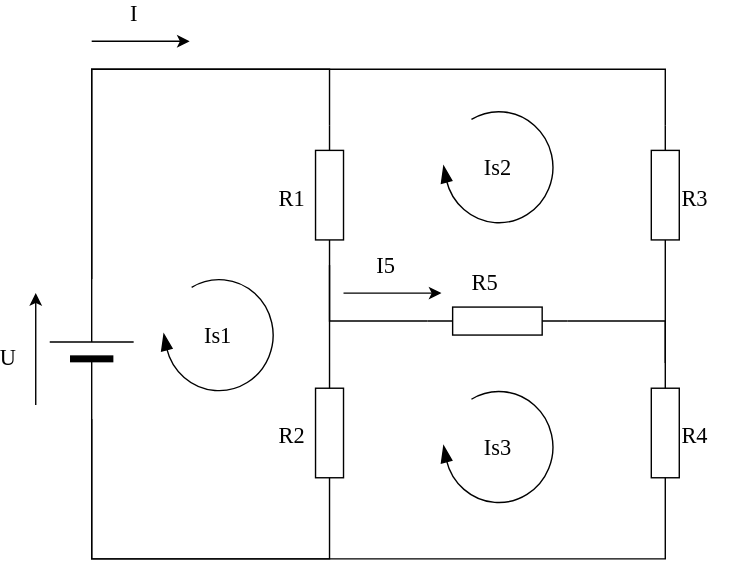
lsss1111/Diagram01 keeps this draw.io diagram as lss/Diagram009.svg. Above is the earlier version. Source tidied: cells renumbered, new cells last; positions are measured from the earlier drawing's top-left corner, leaving out a move shared by most shapes. The source it was exported from:
```xml
<mxGraphModel>
  <root>
    <mxCell id="0" />
    <mxCell id="1" parent="0" />
    <mxCell id="2" style="edgeStyle=orthogonalEdgeStyle;rounded=0;html=1;exitX=1;exitY=0.5;exitPerimeter=0;entryX=1;entryY=0.5;entryPerimeter=0;labelBackgroundColor=none;startArrow=none;startFill=0;startSize=5;endArrow=none;endFill=0;endSize=5;jettySize=auto;strokeWidth=1;fontFamily=Verdana;fontSize=12;" parent="1" edge="1" source="4" target="7">
      <mxGeometry relative="1" as="geometry">
        <Array as="points">
          <mxPoint x="50" y="20" />
          <mxPoint x="220" y="20" />
        </Array>
      </mxGeometry>
    </mxCell>
    <mxCell id="3" style="edgeStyle=orthogonalEdgeStyle;rounded=0;html=1;exitX=1;exitY=0.5;exitPerimeter=0;entryX=1;entryY=0.5;entryPerimeter=0;labelBackgroundColor=none;startArrow=none;startFill=0;startSize=5;endArrow=none;endFill=0;endSize=5;jettySize=auto;strokeWidth=1;fontFamily=Verdana;fontSize=12;" parent="1" edge="1" source="4" target="9">
      <mxGeometry relative="1" as="geometry">
        <Array as="points">
          <mxPoint x="50" y="20" />
          <mxPoint x="460" y="20" />
        </Array>
      </mxGeometry>
    </mxCell>
    <mxCell id="4" style="verticalLabelPosition=bottom;shadow=0;dashed=0;align=center;fillColor=#000000;html=1;verticalAlign=top;strokeWidth=1;shape=mxgraph.electrical.miscellaneous.monocell_battery;rounded=1;comic=0;labelBackgroundColor=none;fontFamily=Verdana;fontSize=12;rotation=-90;" parent="1" vertex="1">
      <mxGeometry y="190" width="100" height="60" as="geometry" />
    </mxCell>
    <mxCell id="5" style="edgeStyle=orthogonalEdgeStyle;rounded=0;html=1;exitX=0;exitY=0.5;exitPerimeter=0;entryX=0;entryY=0.5;entryPerimeter=0;labelBackgroundColor=none;startArrow=none;startFill=0;startSize=5;endArrow=none;endFill=0;endSize=5;jettySize=auto;strokeWidth=1;fontFamily=Verdana;fontSize=12;" parent="1" edge="1" source="7" target="15">
      <mxGeometry relative="1" as="geometry" />
    </mxCell>
    <mxCell id="6" style="edgeStyle=orthogonalEdgeStyle;rounded=0;html=1;exitX=0;exitY=0.5;exitPerimeter=0;entryX=1;entryY=0.5;entryPerimeter=0;labelBackgroundColor=none;startArrow=none;startFill=0;startSize=5;endArrow=none;endFill=0;endSize=5;jettySize=auto;strokeWidth=1;fontFamily=Verdana;fontSize=12;" parent="1" edge="1" source="7" target="11">
      <mxGeometry relative="1" as="geometry" />
    </mxCell>
    <mxCell id="7" style="verticalLabelPosition=bottom;shadow=0;dashed=0;align=center;html=1;verticalAlign=top;strokeWidth=1;shape=mxgraph.electrical.resistors.resistor_1;rounded=1;comic=0;labelBackgroundColor=none;fontFamily=Verdana;fontSize=12;rotation=-90;" parent="1" vertex="1">
      <mxGeometry x="170" y="100" width="100" height="20" as="geometry" />
    </mxCell>
    <mxCell id="8" style="edgeStyle=orthogonalEdgeStyle;rounded=0;html=1;exitX=0;exitY=0.5;exitPerimeter=0;entryX=1;entryY=0.5;entryPerimeter=0;labelBackgroundColor=none;startArrow=none;startFill=0;startSize=5;endArrow=none;endFill=0;endSize=5;jettySize=auto;strokeWidth=1;fontFamily=Verdana;fontSize=12;" parent="1" edge="1" source="9" target="13">
      <mxGeometry relative="1" as="geometry" />
    </mxCell>
    <mxCell id="9" style="verticalLabelPosition=bottom;shadow=0;dashed=0;align=center;html=1;verticalAlign=top;strokeWidth=1;shape=mxgraph.electrical.resistors.resistor_1;rounded=1;comic=0;labelBackgroundColor=none;fontFamily=Verdana;fontSize=12;rotation=-90;" parent="1" vertex="1">
      <mxGeometry x="410" y="100" width="100" height="20" as="geometry" />
    </mxCell>
    <mxCell id="10" style="edgeStyle=orthogonalEdgeStyle;rounded=0;html=1;exitX=0;exitY=0.5;exitPerimeter=0;entryX=0;entryY=0.5;entryPerimeter=0;labelBackgroundColor=none;startArrow=none;startFill=0;startSize=5;endArrow=none;endFill=0;endSize=5;jettySize=auto;strokeWidth=1;fontFamily=Verdana;fontSize=12;" parent="1" edge="1" source="11" target="4">
      <mxGeometry relative="1" as="geometry">
        <Array as="points">
          <mxPoint x="220" y="370" />
          <mxPoint x="50" y="370" />
        </Array>
      </mxGeometry>
    </mxCell>
    <mxCell id="11" style="verticalLabelPosition=bottom;shadow=0;dashed=0;align=center;html=1;verticalAlign=top;strokeWidth=1;shape=mxgraph.electrical.resistors.resistor_1;rounded=1;comic=0;labelBackgroundColor=none;fontFamily=Verdana;fontSize=12;rotation=-90;" parent="1" vertex="1">
      <mxGeometry x="170" y="270" width="100" height="20" as="geometry" />
    </mxCell>
    <mxCell id="12" style="edgeStyle=orthogonalEdgeStyle;rounded=0;html=1;exitX=0;exitY=0.5;exitPerimeter=0;entryX=0;entryY=0.5;entryPerimeter=0;labelBackgroundColor=none;startArrow=none;startFill=0;startSize=5;endArrow=none;endFill=0;endSize=5;jettySize=auto;strokeWidth=1;fontFamily=Verdana;fontSize=12;" parent="1" edge="1" source="13" target="4">
      <mxGeometry relative="1" as="geometry">
        <Array as="points">
          <mxPoint x="460" y="370" />
          <mxPoint x="50" y="370" />
        </Array>
      </mxGeometry>
    </mxCell>
    <mxCell id="13" style="verticalLabelPosition=bottom;shadow=0;dashed=0;align=center;html=1;verticalAlign=top;strokeWidth=1;shape=mxgraph.electrical.resistors.resistor_1;rounded=1;comic=0;labelBackgroundColor=none;fontFamily=Verdana;fontSize=12;rotation=-90;" parent="1" vertex="1">
      <mxGeometry x="410" y="270" width="100" height="20" as="geometry" />
    </mxCell>
    <mxCell id="14" style="edgeStyle=orthogonalEdgeStyle;rounded=0;html=1;exitX=1;exitY=0.5;exitPerimeter=0;labelBackgroundColor=none;startArrow=none;startFill=0;startSize=5;endArrow=none;endFill=0;endSize=5;jettySize=auto;strokeWidth=1;fontFamily=Verdana;fontSize=12;" parent="1" edge="1" source="15">
      <mxGeometry relative="1" as="geometry">
        <mxPoint x="460" y="230" as="targetPoint" />
      </mxGeometry>
    </mxCell>
    <mxCell id="15" style="verticalLabelPosition=bottom;shadow=0;dashed=0;align=center;fillColor=#ffffff;html=1;verticalAlign=top;strokeWidth=1;shape=mxgraph.electrical.resistors.resistor_1;rounded=1;comic=0;labelBackgroundColor=none;fontFamily=Verdana;fontSize=12;fontColor=#000000;rotation=0;" parent="1" vertex="1">
      <mxGeometry x="290" y="190" width="100" height="20" as="geometry" />
    </mxCell>
    <mxCell id="16" value="R1" style="text;html=1;align=left;verticalAlign=top;spacingTop=-4;fontSize=16;fontFamily=Verdana;" parent="1" vertex="1">
      <mxGeometry x="182" y="100" width="40" height="20" as="geometry" />
    </mxCell>
    <mxCell id="17" value="R2" style="text;html=1;align=left;verticalAlign=top;spacingTop=-4;fontSize=16;fontFamily=Verdana;" parent="1" vertex="1">
      <mxGeometry x="182" y="270" width="40" height="20" as="geometry" />
    </mxCell>
    <mxCell id="18" value="R5" style="text;html=1;align=left;verticalAlign=top;spacingTop=-4;fontSize=16;fontFamily=Verdana;" parent="1" vertex="1">
      <mxGeometry x="320" y="160" width="40" height="20" as="geometry" />
    </mxCell>
    <mxCell id="19" value="R3" style="text;html=1;align=left;verticalAlign=top;spacingTop=-4;fontSize=16;fontFamily=Verdana;" parent="1" vertex="1">
      <mxGeometry x="470" y="100" width="40" height="20" as="geometry" />
    </mxCell>
    <mxCell id="20" value="R4" style="text;html=1;align=left;verticalAlign=top;spacingTop=-4;fontSize=16;fontFamily=Verdana;" parent="1" vertex="1">
      <mxGeometry x="470" y="270" width="40" height="20" as="geometry" />
    </mxCell>
    <mxCell id="21" value="I" style="endArrow=classic;html=1;labelBackgroundColor=none;strokeWidth=1;fontFamily=Verdana;fontSize=16;" parent="1" edge="1">
      <mxGeometry x="-0.14" y="20" relative="1" as="geometry">
        <mxPoint x="50" as="sourcePoint" />
        <mxPoint x="120" as="targetPoint" />
      </mxGeometry>
    </mxCell>
    <mxCell id="22" value="U" style="endArrow=classic;html=1;labelBackgroundColor=none;strokeWidth=1;fontFamily=Verdana;fontSize=16;" parent="1" edge="1">
      <mxGeometry x="-0.14" y="20" relative="1" as="geometry">
        <mxPoint x="10" y="260" as="sourcePoint" />
        <mxPoint x="10" y="180" as="targetPoint" />
      </mxGeometry>
    </mxCell>
    <mxCell id="23" value="I5" style="endArrow=classic;html=1;labelBackgroundColor=none;strokeWidth=1;fontFamily=Verdana;fontSize=16;" parent="1" edge="1">
      <mxGeometry x="-0.14" y="20" relative="1" as="geometry">
        <mxPoint x="230" y="180" as="sourcePoint" />
        <mxPoint x="300" y="180" as="targetPoint" />
      </mxGeometry>
    </mxCell>
    <mxCell id="24" value="Is1" style="verticalLabelPosition=middle;html=1;verticalAlign=middle;strokeWidth=1;shape=mxgraph.lean_mapping.physical_pull;rounded=1;shadow=0;comic=0;labelBackgroundColor=none;fillColor=#000000;fontFamily=Verdana;fontSize=16;align=center;flipH=1;labelPosition=center;" parent="1" vertex="1">
      <mxGeometry x="100" y="170" width="80" height="80" as="geometry" />
    </mxCell>
    <mxCell id="25" value="Is2" style="verticalLabelPosition=middle;html=1;verticalAlign=middle;strokeWidth=1;shape=mxgraph.lean_mapping.physical_pull;rounded=1;shadow=0;comic=0;labelBackgroundColor=none;fillColor=#000000;fontFamily=Verdana;fontSize=16;align=center;flipH=1;labelPosition=center;" parent="1" vertex="1">
      <mxGeometry x="300" y="50" width="80" height="80" as="geometry" />
    </mxCell>
    <mxCell id="26" value="Is3" style="verticalLabelPosition=middle;html=1;verticalAlign=middle;strokeWidth=1;shape=mxgraph.lean_mapping.physical_pull;rounded=1;shadow=0;comic=0;labelBackgroundColor=none;fillColor=#000000;fontFamily=Verdana;fontSize=16;align=center;flipH=1;labelPosition=center;" parent="1" vertex="1">
      <mxGeometry x="300" y="250" width="80" height="80" as="geometry" />
    </mxCell>
  </root>
</mxGraphModel>
```
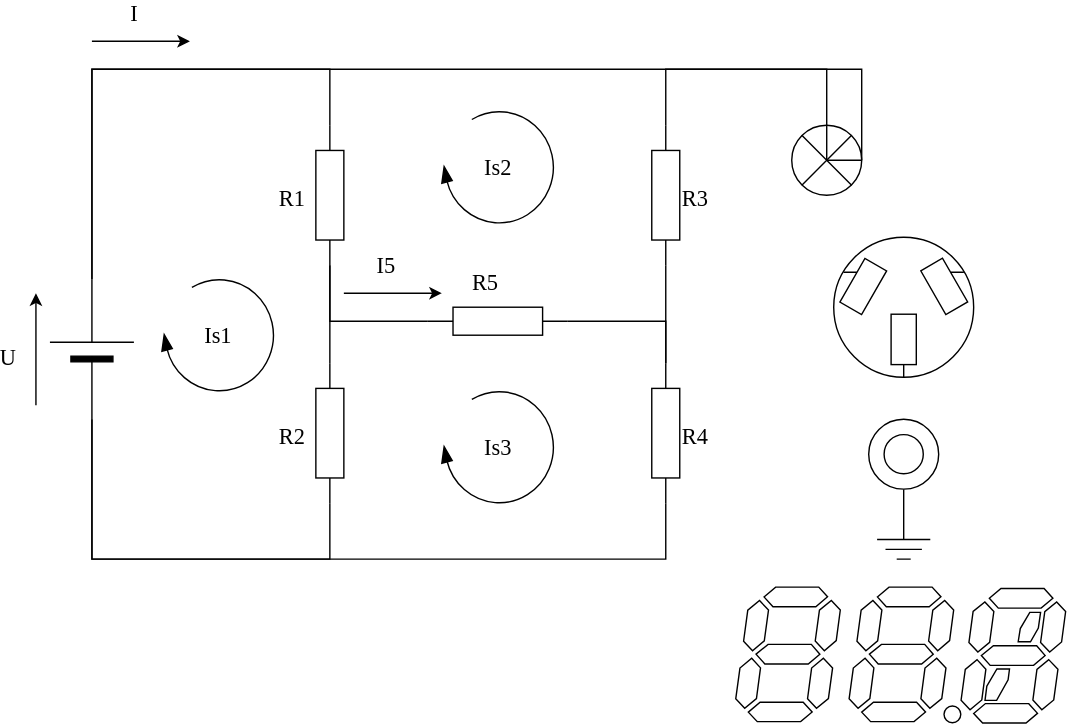
After the commit.

The edit, as a diff of the source:
```diff
@@ -10,10 +10,9 @@
         </Array>
       </mxGeometry>
     </mxCell>
-    <mxCell id="3" style="edgeStyle=orthogonalEdgeStyle;rounded=0;html=1;exitX=1;exitY=0.5;exitPerimeter=0;entryX=1;entryY=0.5;entryPerimeter=0;labelBackgroundColor=none;startArrow=none;startFill=0;startSize=5;endArrow=none;endFill=0;endSize=5;jettySize=auto;strokeWidth=1;fontFamily=Verdana;fontSize=12;" parent="1" edge="1" source="4" target="9">
+    <mxCell id="3" style="edgeStyle=orthogonalEdgeStyle;rounded=0;html=1;exitX=1;exitY=0.5;exitPerimeter=0;entryX=1;entryY=0.5;entryPerimeter=0;labelBackgroundColor=none;startArrow=none;startFill=0;startSize=5;endArrow=none;endFill=0;endSize=5;jettySize=auto;strokeWidth=1;fontFamily=Verdana;fontSize=12;" parent="1" edge="1" source="27" target="9">
       <mxGeometry relative="1" as="geometry">
         <Array as="points">
-          <mxPoint x="50" y="20" />
           <mxPoint x="460" y="20" />
         </Array>
       </mxGeometry>
@@ -108,5 +107,32 @@
     <mxCell id="26" value="Is3" style="verticalLabelPosition=middle;html=1;verticalAlign=middle;strokeWidth=1;shape=mxgraph.lean_mapping.physical_pull;rounded=1;shadow=0;comic=0;labelBackgroundColor=none;fillColor=#000000;fontFamily=Verdana;fontSize=16;align=center;flipH=1;labelPosition=center;" parent="1" vertex="1">
       <mxGeometry x="300" y="250" width="80" height="80" as="geometry" />
     </mxCell>
+    <mxCell id="27" style="verticalLabelPosition=bottom;shadow=0;dashed=0;align=center;html=1;verticalAlign=top;shape=mxgraph.electrical.abstract.multiplier;" parent="1" vertex="1">
+      <mxGeometry x="550" y="60" width="50" height="50" as="geometry" />
+    </mxCell>
+    <mxCell id="28" style="edgeStyle=orthogonalEdgeStyle;rounded=0;html=1;exitX=1;exitY=0.5;exitPerimeter=0;entryX=1;entryY=0.5;entryPerimeter=0;labelBackgroundColor=none;startArrow=none;startFill=0;startSize=5;endArrow=none;endFill=0;endSize=5;jettySize=auto;strokeWidth=1;fontFamily=Verdana;fontSize=12;" parent="1" edge="1" source="4" target="27">
+      <mxGeometry relative="1" as="geometry">
+        <Array as="points">
+          <mxPoint x="50" y="20" />
+          <mxPoint x="575" y="20" />
+          <mxPoint x="575" y="85" />
+        </Array>
+      </mxGeometry>
+    </mxCell>
+    <mxCell id="29" style="verticalLabelPosition=bottom;shadow=0;dashed=0;align=center;html=1;verticalAlign=top;shape=mxgraph.electrical.miscellaneous.f_m_3_conductor_2;" parent="1" vertex="1">
+      <mxGeometry x="580" y="140" width="100" height="100" as="geometry" />
+    </mxCell>
+    <mxCell id="30" style="verticalLabelPosition=bottom;shadow=0;dashed=0;align=center;html=1;verticalAlign=top;shape=mxgraph.electrical.miscellaneous.shielded_jack_plug;" parent="1" vertex="1">
+      <mxGeometry x="605" y="270" width="50" height="100" as="geometry" />
+    </mxCell>
+    <mxCell id="31" style="verticalLabelPosition=bottom;shadow=0;dashed=0;align=center;html=1;verticalAlign=top;shape=mxgraph.electrical.opto_electronics.7_segment_display;" parent="1" vertex="1">
+      <mxGeometry x="510" y="390" width="74.7" height="96.1" as="geometry" />
+    </mxCell>
+    <mxCell id="32" style="verticalLabelPosition=bottom;shadow=0;dashed=0;align=center;html=1;verticalAlign=top;shape=mxgraph.electrical.opto_electronics.7_segment_display_with_dp;" parent="1" vertex="1">
+      <mxGeometry x="591" y="390" width="79.8" height="96.9" as="geometry" />
+    </mxCell>
+    <mxCell id="33" style="verticalLabelPosition=bottom;shadow=0;dashed=0;align=center;html=1;verticalAlign=top;shape=mxgraph.electrical.opto_electronics.9_segment_display;" parent="1" vertex="1">
+      <mxGeometry x="671" y="391" width="74.7" height="96.1" as="geometry" />
+    </mxCell>
   </root>
 </mxGraphModel>
```
